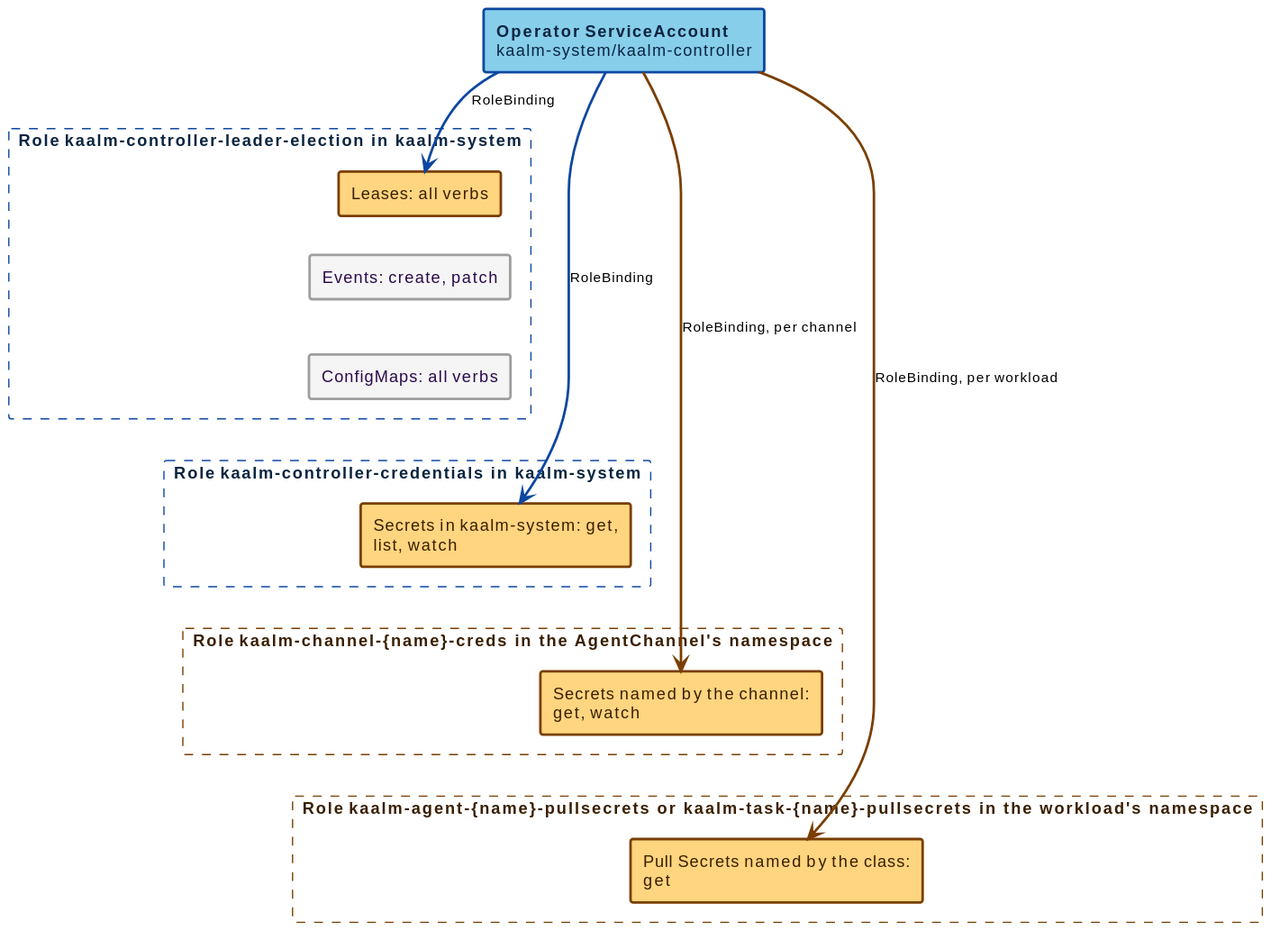
Above: docs/src/diagrams/operator-rbac-namespaced.svg in win07xp/kaalm (PlantUML), before the change.
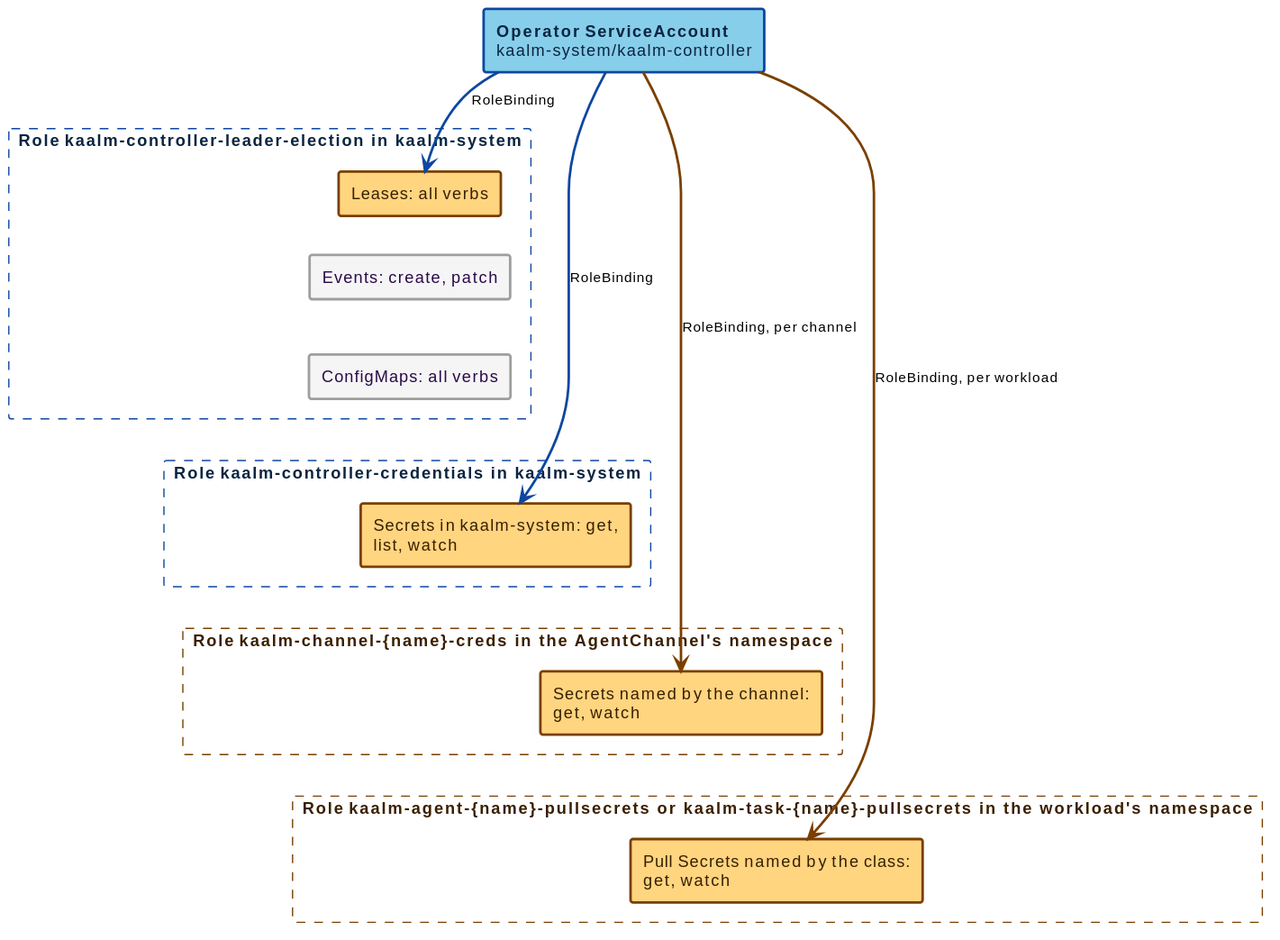
After the change.

What changed in the source:
```diff
@@ -18,7 +18,7 @@
   rectangle "Secrets named by the channel: get, watch" as chsec #back:FFD580;line:7a3f00;line.bold;text:3a1f00
 }
 rectangle "**Role** kaalm-agent-{name}-pullsecrets or kaalm-task-{name}-pullsecrets in the workload's namespace" as nspull #line:7a3f00;line.dashed;text:3a1f00 {
-  rectangle "Pull Secrets named by the class: get" as pullsec #back:FFD580;line:7a3f00;line.bold;text:3a1f00
+  rectangle "Pull Secrets named by the class: get, watch" as pullsec #back:FFD580;line:7a3f00;line.bold;text:3a1f00
 }
 OPSA -[#0D47A1,bold]-> leases : RoleBinding
 OPSA -[#0D47A1,bold]-> syssec : RoleBinding
```
